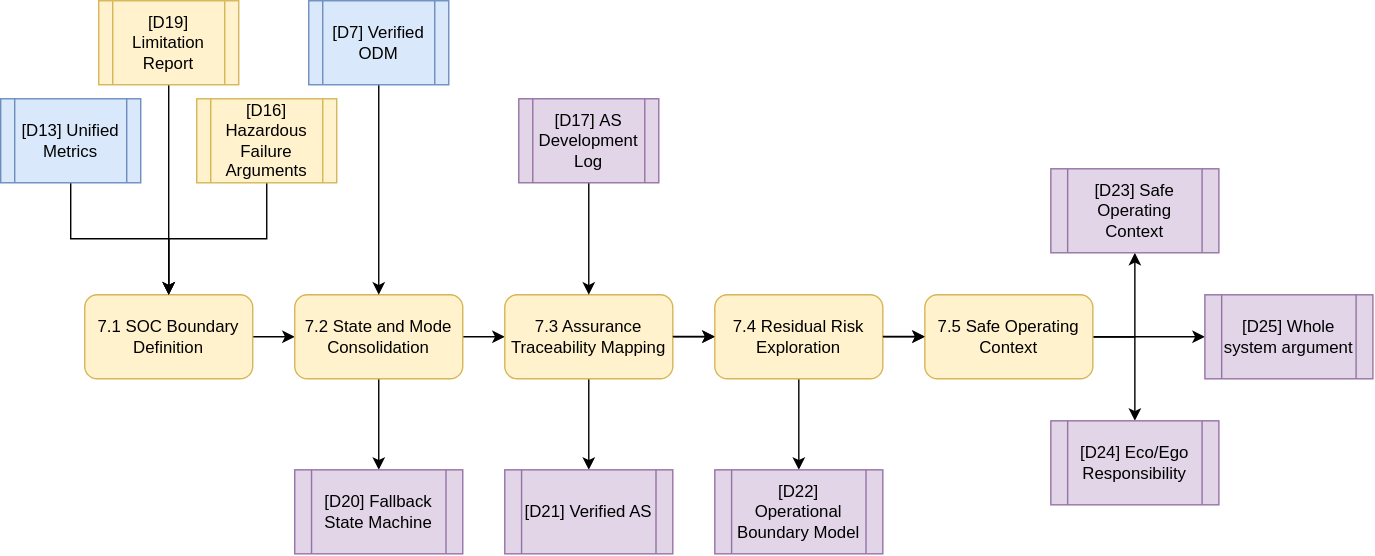
Above: diagrams/step-7.svg in TortoiseFather/sacred-site (draw.io), before the change. Source tidied: cells renumbered, new cells last; positions are measured from the earlier drawing's top-left corner, leaving out a move shared by most shapes. Its diagram source:
```xml
<mxGraphModel>
  <root>
    <mxCell id="0" />
    <mxCell id="1" parent="0" />
    <mxCell id="2" style="edgeStyle=orthogonalEdgeStyle;rounded=0;jettySize=auto;html=1;" parent="1" edge="1" source="3" target="6">
      <mxGeometry relative="1" as="geometry" />
    </mxCell>
    <mxCell id="3" value="7.1 SOC Boundary Definition" style="rounded=1;whiteSpace=wrap;html=1;fillColor=#fff2cc;strokeColor=#d6b656;" parent="1" vertex="1">
      <mxGeometry x="60" y="210" width="120" height="60" as="geometry" />
    </mxCell>
    <mxCell id="4" style="edgeStyle=orthogonalEdgeStyle;rounded=0;jettySize=auto;html=1;" parent="1" edge="1" source="6" target="9">
      <mxGeometry relative="1" as="geometry" />
    </mxCell>
    <mxCell id="5" style="edgeStyle=orthogonalEdgeStyle;rounded=0;jettySize=auto;html=1;" parent="1" edge="1" source="6" target="32">
      <mxGeometry relative="1" as="geometry" />
    </mxCell>
    <mxCell id="6" value="7.2 State and Mode Consolidation" style="whiteSpace=wrap;html=1;rounded=1;fillColor=#fff2cc;strokeColor=#d6b656;" parent="1" vertex="1">
      <mxGeometry x="210" y="210" width="120" height="60" as="geometry" />
    </mxCell>
    <mxCell id="7" style="edgeStyle=orthogonalEdgeStyle;rounded=0;jettySize=auto;html=1;" parent="1" edge="1" source="9" target="12">
      <mxGeometry relative="1" as="geometry" />
    </mxCell>
    <mxCell id="8" style="edgeStyle=orthogonalEdgeStyle;rounded=0;jettySize=auto;html=1;" parent="1" edge="1" source="9" target="18">
      <mxGeometry relative="1" as="geometry" />
    </mxCell>
    <mxCell id="9" value="7.3 Assurance Traceability Mapping" style="whiteSpace=wrap;html=1;rounded=1;fillColor=#fff2cc;strokeColor=#d6b656;" parent="1" vertex="1">
      <mxGeometry x="360" y="210" width="120" height="60" as="geometry" />
    </mxCell>
    <mxCell id="10" style="edgeStyle=orthogonalEdgeStyle;rounded=0;jettySize=auto;html=1;" parent="1" edge="1" source="12" target="16">
      <mxGeometry relative="1" as="geometry" />
    </mxCell>
    <mxCell id="11" style="edgeStyle=orthogonalEdgeStyle;rounded=0;jettySize=auto;html=1;" parent="1" edge="1" source="12" target="21">
      <mxGeometry relative="1" as="geometry" />
    </mxCell>
    <mxCell id="12" value="7.4 Residual Risk Exploration" style="whiteSpace=wrap;html=1;rounded=1;fillColor=#fff2cc;strokeColor=#d6b656;" parent="1" vertex="1">
      <mxGeometry x="510" y="210" width="120" height="60" as="geometry" />
    </mxCell>
    <mxCell id="13" style="edgeStyle=orthogonalEdgeStyle;rounded=0;jettySize=auto;html=1;" parent="1" edge="1" source="16" target="17">
      <mxGeometry relative="1" as="geometry">
        <Array as="points">
          <mxPoint x="810" y="240" />
        </Array>
      </mxGeometry>
    </mxCell>
    <mxCell id="14" style="edgeStyle=orthogonalEdgeStyle;rounded=0;jettySize=auto;html=1;entryX=0.5;entryY=0;entryDx=0;entryDy=0;" parent="1" edge="1" source="16" target="33">
      <mxGeometry relative="1" as="geometry">
        <Array as="points">
          <mxPoint x="810" y="240" />
        </Array>
      </mxGeometry>
    </mxCell>
    <mxCell id="15" style="edgeStyle=orthogonalEdgeStyle;rounded=0;jettySize=auto;html=1;" parent="1" edge="1" source="16" target="34">
      <mxGeometry relative="1" as="geometry" />
    </mxCell>
    <mxCell id="16" value="7.5 Safe Operating Context" style="whiteSpace=wrap;html=1;rounded=1;fillColor=#fff2cc;strokeColor=#d6b656;" parent="1" vertex="1">
      <mxGeometry x="660" y="210" width="120" height="60" as="geometry" />
    </mxCell>
    <mxCell id="17" value="[D23] Safe Operating Context" style="shape=process;whiteSpace=wrap;html=1;backgroundOutline=1;fillColor=#e1d5e7;strokeColor=#9673a6;" parent="1" vertex="1">
      <mxGeometry x="750" y="120" width="120" height="60" as="geometry" />
    </mxCell>
    <mxCell id="18" value="[D21] Verified AS" style="shape=process;whiteSpace=wrap;html=1;backgroundOutline=1;fillColor=#e1d5e7;strokeColor=#9673a6;" parent="1" vertex="1">
      <mxGeometry x="360" y="335" width="120" height="60" as="geometry" />
    </mxCell>
    <mxCell id="19" style="edgeStyle=orthogonalEdgeStyle;rounded=0;jettySize=auto;html=1;" parent="1" edge="1" source="20" target="9">
      <mxGeometry relative="1" as="geometry" />
    </mxCell>
    <mxCell id="20" value="[D17]&amp;nbsp;AS Development Log" style="shape=process;whiteSpace=wrap;html=1;backgroundOutline=1;fillColor=#e1d5e7;strokeColor=#9673a6;" parent="1" vertex="1">
      <mxGeometry x="370" y="70" width="100" height="60" as="geometry" />
    </mxCell>
    <mxCell id="21" value="[D22] Operational Boundary Model" style="shape=process;whiteSpace=wrap;html=1;backgroundOutline=1;fillColor=#e1d5e7;strokeColor=#9673a6;" parent="1" vertex="1">
      <mxGeometry x="510" y="335" width="120" height="60" as="geometry" />
    </mxCell>
    <mxCell id="22" style="edgeStyle=orthogonalEdgeStyle;rounded=0;orthogonalLoop=1;jettySize=auto;html=1;" parent="1" edge="1">
      <mxGeometry relative="1" as="geometry">
        <mxPoint x="480" y="239.8" as="sourcePoint" />
        <mxPoint x="510" y="239.8" as="targetPoint" />
      </mxGeometry>
    </mxCell>
    <mxCell id="23" style="edgeStyle=orthogonalEdgeStyle;rounded=0;orthogonalLoop=1;jettySize=auto;html=1;" parent="1" edge="1">
      <mxGeometry relative="1" as="geometry">
        <mxPoint x="630" y="239.8" as="sourcePoint" />
        <mxPoint x="660" y="239.8" as="targetPoint" />
      </mxGeometry>
    </mxCell>
    <mxCell id="24" style="edgeStyle=orthogonalEdgeStyle;rounded=0;jettySize=auto;html=1;" parent="1" edge="1" source="25" target="3">
      <mxGeometry relative="1" as="geometry" />
    </mxCell>
    <mxCell id="25" value="[D13] Unified Metrics" style="shape=process;whiteSpace=wrap;html=1;backgroundOutline=1;fillColor=#dae8fc;strokeColor=#6c8ebf;" parent="1" vertex="1">
      <mxGeometry y="70" width="100" height="60" as="geometry" />
    </mxCell>
    <mxCell id="26" style="edgeStyle=orthogonalEdgeStyle;rounded=0;jettySize=auto;html=1;entryX=0.5;entryY=0;entryDx=0;entryDy=0;" parent="1" edge="1" source="27" target="3">
      <mxGeometry relative="1" as="geometry" />
    </mxCell>
    <mxCell id="27" value="[D16] Hazardous Failure Arguments" style="shape=process;whiteSpace=wrap;html=1;backgroundOutline=1;fillColor=#fff2cc;strokeColor=#d6b656;" parent="1" vertex="1">
      <mxGeometry x="140" y="70" width="100" height="60" as="geometry" />
    </mxCell>
    <mxCell id="28" style="edgeStyle=orthogonalEdgeStyle;rounded=0;jettySize=auto;html=1;entryX=0.5;entryY=0;entryDx=0;entryDy=0;" parent="1" edge="1" source="29" target="3">
      <mxGeometry relative="1" as="geometry" />
    </mxCell>
    <mxCell id="29" value="[D19] Limitation Report" style="shape=process;whiteSpace=wrap;html=1;backgroundOutline=1;fillColor=#fff2cc;strokeColor=#d6b656;" parent="1" vertex="1">
      <mxGeometry x="70" width="100" height="60" as="geometry" />
    </mxCell>
    <mxCell id="30" style="edgeStyle=orthogonalEdgeStyle;rounded=0;jettySize=auto;html=1;entryX=0.5;entryY=0;entryDx=0;entryDy=0;" parent="1" edge="1" source="31" target="6">
      <mxGeometry relative="1" as="geometry" />
    </mxCell>
    <mxCell id="31" value="[D7] Verified ODM" style="shape=process;whiteSpace=wrap;html=1;backgroundOutline=1;fillColor=#dae8fc;strokeColor=#6c8ebf;" parent="1" vertex="1">
      <mxGeometry x="220" width="100" height="60" as="geometry" />
    </mxCell>
    <mxCell id="32" value="[D20] Fallback State Machine" style="shape=process;whiteSpace=wrap;html=1;backgroundOutline=1;fillColor=#e1d5e7;strokeColor=#9673a6;" parent="1" vertex="1">
      <mxGeometry x="210" y="335" width="120" height="60" as="geometry" />
    </mxCell>
    <mxCell id="33" value="[D24] Eco/Ego Responsibility" style="shape=process;whiteSpace=wrap;html=1;backgroundOutline=1;fillColor=#e1d5e7;strokeColor=#9673a6;" parent="1" vertex="1">
      <mxGeometry x="750" y="300" width="120" height="60" as="geometry" />
    </mxCell>
    <mxCell id="34" value="[D25] Whole system argument" style="shape=process;whiteSpace=wrap;html=1;backgroundOutline=1;fillColor=#e1d5e7;strokeColor=#9673a6;" parent="1" vertex="1">
      <mxGeometry x="860" y="210" width="120" height="60" as="geometry" />
    </mxCell>
  </root>
</mxGraphModel>
```
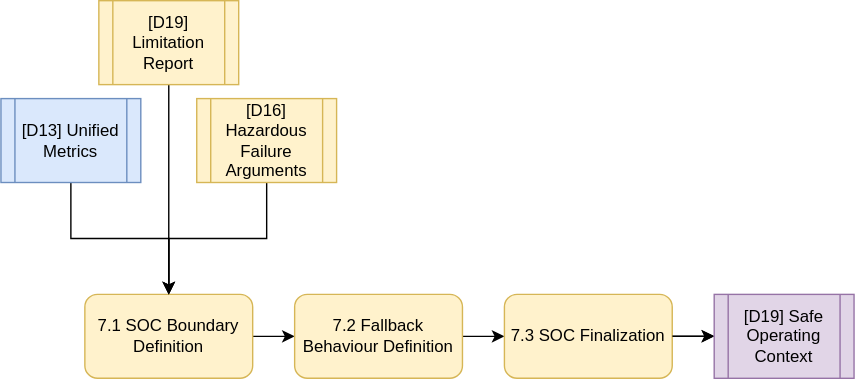
The same file after the commit.

The edit, as a diff of the source:
```diff
@@ -11,77 +11,23 @@
     <mxCell id="4" style="edgeStyle=orthogonalEdgeStyle;rounded=0;jettySize=auto;html=1;" parent="1" edge="1" source="6" target="9">
       <mxGeometry relative="1" as="geometry" />
     </mxCell>
-    <mxCell id="5" style="edgeStyle=orthogonalEdgeStyle;rounded=0;jettySize=auto;html=1;" parent="1" edge="1" source="6" target="32">
-      <mxGeometry relative="1" as="geometry" />
-    </mxCell>
-    <mxCell id="6" value="7.2 State and Mode Consolidation" style="whiteSpace=wrap;html=1;rounded=1;fillColor=#fff2cc;strokeColor=#d6b656;" parent="1" vertex="1">
+    <mxCell id="6" value="7.2 Fallback Behaviour Definition" style="whiteSpace=wrap;html=1;rounded=1;fillColor=#fff2cc;strokeColor=#d6b656;" parent="1" vertex="1">
       <mxGeometry x="210" y="210" width="120" height="60" as="geometry" />
     </mxCell>
-    <mxCell id="7" style="edgeStyle=orthogonalEdgeStyle;rounded=0;jettySize=auto;html=1;" parent="1" edge="1" source="9" target="12">
-      <mxGeometry relative="1" as="geometry" />
+    <mxCell id="7" style="edgeStyle=orthogonalEdgeStyle;rounded=0;jettySize=auto;html=1;" parent="1" edge="1" source="9">
+      <mxGeometry relative="1" as="geometry">
+        <mxPoint x="510" y="240" as="targetPoint" />
+      </mxGeometry>
     </mxCell>
-    <mxCell id="8" style="edgeStyle=orthogonalEdgeStyle;rounded=0;jettySize=auto;html=1;" parent="1" edge="1" source="9" target="18">
-      <mxGeometry relative="1" as="geometry" />
-    </mxCell>
-    <mxCell id="9" value="7.3 Assurance Traceability Mapping" style="whiteSpace=wrap;html=1;rounded=1;fillColor=#fff2cc;strokeColor=#d6b656;" parent="1" vertex="1">
+    <mxCell id="9" value="7.3 SOC Finalization" style="whiteSpace=wrap;html=1;rounded=1;fillColor=#fff2cc;strokeColor=#d6b656;" parent="1" vertex="1">
       <mxGeometry x="360" y="210" width="120" height="60" as="geometry" />
     </mxCell>
-    <mxCell id="10" style="edgeStyle=orthogonalEdgeStyle;rounded=0;jettySize=auto;html=1;" parent="1" edge="1" source="12" target="16">
-      <mxGeometry relative="1" as="geometry" />
-    </mxCell>
-    <mxCell id="11" style="edgeStyle=orthogonalEdgeStyle;rounded=0;jettySize=auto;html=1;" parent="1" edge="1" source="12" target="21">
-      <mxGeometry relative="1" as="geometry" />
-    </mxCell>
-    <mxCell id="12" value="7.4 Residual Risk Exploration" style="whiteSpace=wrap;html=1;rounded=1;fillColor=#fff2cc;strokeColor=#d6b656;" parent="1" vertex="1">
-      <mxGeometry x="510" y="210" width="120" height="60" as="geometry" />
-    </mxCell>
-    <mxCell id="13" style="edgeStyle=orthogonalEdgeStyle;rounded=0;jettySize=auto;html=1;" parent="1" edge="1" source="16" target="17">
-      <mxGeometry relative="1" as="geometry">
-        <Array as="points">
-          <mxPoint x="810" y="240" />
-        </Array>
-      </mxGeometry>
-    </mxCell>
-    <mxCell id="14" style="edgeStyle=orthogonalEdgeStyle;rounded=0;jettySize=auto;html=1;entryX=0.5;entryY=0;entryDx=0;entryDy=0;" parent="1" edge="1" source="16" target="33">
-      <mxGeometry relative="1" as="geometry">
-        <Array as="points">
-          <mxPoint x="810" y="240" />
-        </Array>
-      </mxGeometry>
-    </mxCell>
-    <mxCell id="15" style="edgeStyle=orthogonalEdgeStyle;rounded=0;jettySize=auto;html=1;" parent="1" edge="1" source="16" target="34">
-      <mxGeometry relative="1" as="geometry" />
-    </mxCell>
-    <mxCell id="16" value="7.5 Safe Operating Context" style="whiteSpace=wrap;html=1;rounded=1;fillColor=#fff2cc;strokeColor=#d6b656;" parent="1" vertex="1">
-      <mxGeometry x="660" y="210" width="120" height="60" as="geometry" />
-    </mxCell>
-    <mxCell id="17" value="[D23] Safe Operating Context" style="shape=process;whiteSpace=wrap;html=1;backgroundOutline=1;fillColor=#e1d5e7;strokeColor=#9673a6;" parent="1" vertex="1">
-      <mxGeometry x="750" y="120" width="120" height="60" as="geometry" />
-    </mxCell>
-    <mxCell id="18" value="[D21] Verified AS" style="shape=process;whiteSpace=wrap;html=1;backgroundOutline=1;fillColor=#e1d5e7;strokeColor=#9673a6;" parent="1" vertex="1">
-      <mxGeometry x="360" y="335" width="120" height="60" as="geometry" />
-    </mxCell>
-    <mxCell id="19" style="edgeStyle=orthogonalEdgeStyle;rounded=0;jettySize=auto;html=1;" parent="1" edge="1" source="20" target="9">
-      <mxGeometry relative="1" as="geometry" />
-    </mxCell>
-    <mxCell id="20" value="[D17]&amp;nbsp;AS Development Log" style="shape=process;whiteSpace=wrap;html=1;backgroundOutline=1;fillColor=#e1d5e7;strokeColor=#9673a6;" parent="1" vertex="1">
-      <mxGeometry x="370" y="70" width="100" height="60" as="geometry" />
-    </mxCell>
-    <mxCell id="21" value="[D22] Operational Boundary Model" style="shape=process;whiteSpace=wrap;html=1;backgroundOutline=1;fillColor=#e1d5e7;strokeColor=#9673a6;" parent="1" vertex="1">
-      <mxGeometry x="510" y="335" width="120" height="60" as="geometry" />
-    </mxCell>
     <mxCell id="22" style="edgeStyle=orthogonalEdgeStyle;rounded=0;orthogonalLoop=1;jettySize=auto;html=1;" parent="1" edge="1">
       <mxGeometry relative="1" as="geometry">
         <mxPoint x="480" y="239.8" as="sourcePoint" />
         <mxPoint x="510" y="239.8" as="targetPoint" />
       </mxGeometry>
     </mxCell>
-    <mxCell id="23" style="edgeStyle=orthogonalEdgeStyle;rounded=0;orthogonalLoop=1;jettySize=auto;html=1;" parent="1" edge="1">
-      <mxGeometry relative="1" as="geometry">
-        <mxPoint x="630" y="239.8" as="sourcePoint" />
-        <mxPoint x="660" y="239.8" as="targetPoint" />
-      </mxGeometry>
-    </mxCell>
     <mxCell id="24" style="edgeStyle=orthogonalEdgeStyle;rounded=0;jettySize=auto;html=1;" parent="1" edge="1" source="25" target="3">
       <mxGeometry relative="1" as="geometry" />
     </mxCell>
@@ -100,20 +46,8 @@
     <mxCell id="29" value="[D19] Limitation Report" style="shape=process;whiteSpace=wrap;html=1;backgroundOutline=1;fillColor=#fff2cc;strokeColor=#d6b656;" parent="1" vertex="1">
       <mxGeometry x="70" width="100" height="60" as="geometry" />
     </mxCell>
-    <mxCell id="30" style="edgeStyle=orthogonalEdgeStyle;rounded=0;jettySize=auto;html=1;entryX=0.5;entryY=0;entryDx=0;entryDy=0;" parent="1" edge="1" source="31" target="6">
-      <mxGeometry relative="1" as="geometry" />
-    </mxCell>
-    <mxCell id="31" value="[D7] Verified ODM" style="shape=process;whiteSpace=wrap;html=1;backgroundOutline=1;fillColor=#dae8fc;strokeColor=#6c8ebf;" parent="1" vertex="1">
-      <mxGeometry x="220" width="100" height="60" as="geometry" />
-    </mxCell>
-    <mxCell id="32" value="[D20] Fallback State Machine" style="shape=process;whiteSpace=wrap;html=1;backgroundOutline=1;fillColor=#e1d5e7;strokeColor=#9673a6;" parent="1" vertex="1">
-      <mxGeometry x="210" y="335" width="120" height="60" as="geometry" />
-    </mxCell>
-    <mxCell id="33" value="[D24] Eco/Ego Responsibility" style="shape=process;whiteSpace=wrap;html=1;backgroundOutline=1;fillColor=#e1d5e7;strokeColor=#9673a6;" parent="1" vertex="1">
-      <mxGeometry x="750" y="300" width="120" height="60" as="geometry" />
-    </mxCell>
-    <mxCell id="34" value="[D25] Whole system argument" style="shape=process;whiteSpace=wrap;html=1;backgroundOutline=1;fillColor=#e1d5e7;strokeColor=#9673a6;" parent="1" vertex="1">
-      <mxGeometry x="860" y="210" width="120" height="60" as="geometry" />
-    </mxCell>
+    <mxCell id="35" value="[D19] Safe Operating Context" style="shape=process;whiteSpace=wrap;html=1;backgroundOutline=1;fillColor=#e1d5e7;strokeColor=#9673a6;" parent="1" vertex="1">
+      <mxGeometry x="510" y="210" width="100" height="60" as="geometry" />
+    </mxCell>
   </root>
 </mxGraphModel>
```
